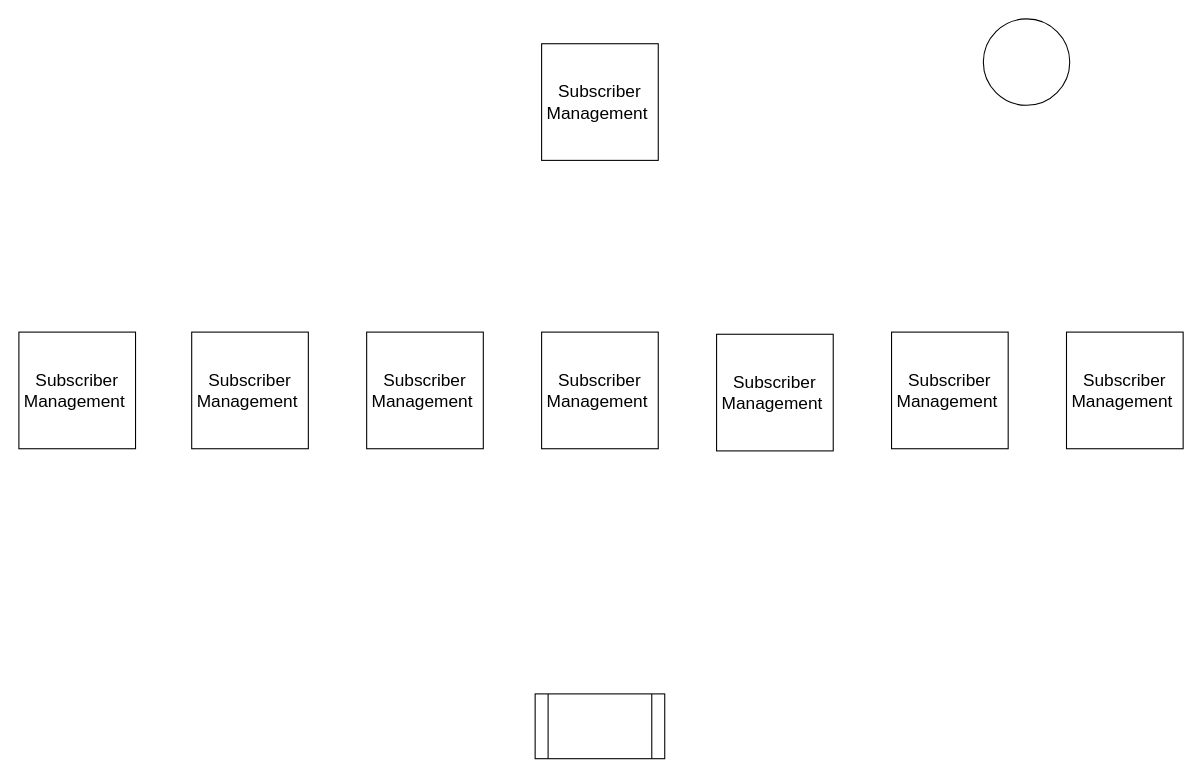
This is page "Entries" (1 of 4) of Untitled Diagram.drawio from MarvellousO/CMSC-203, a draw.io file, before an edit. Source tidied: cells renumbered, new cells numbered last; positions are measured from the earlier drawing's top-left corner, leaving out a move shared by most shapes. Both pictures are drawn from the tidied source at 108%, with x=0, y=0 at pixel (18, 18).
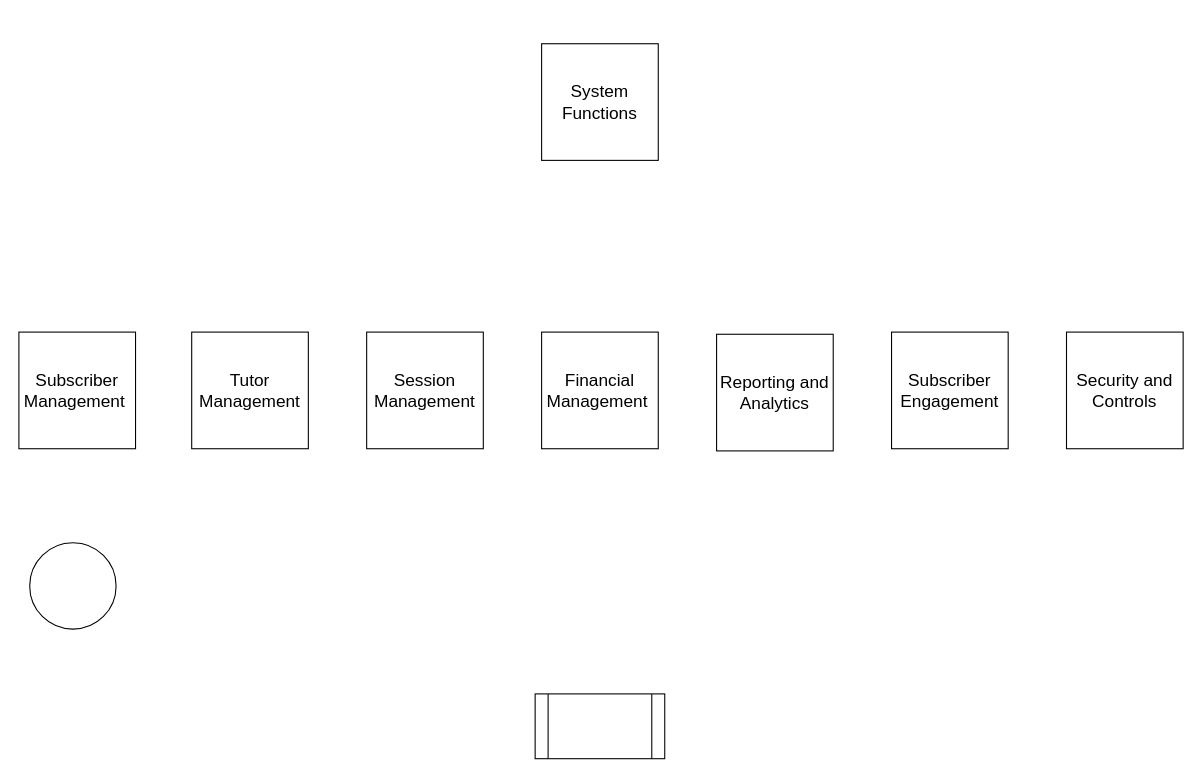
Above is the later version.

What changed in the source:
```diff
@@
 <mxGraphModel>
   <root>
     <mxCell id="0" />
     <mxCell id="1" parent="0" />
     <mxCell id="2" value="Subscriber Management&amp;nbsp;" style="whiteSpace=wrap;html=1;fontSize=16;" parent="1" vertex="1">
       <mxGeometry y="290" width="108" height="108" as="geometry" />
     </mxCell>
     <mxCell id="3" style="ellipse;whiteSpace=wrap;html=1;fontSize=16;" parent="1" vertex="1">
-      <mxGeometry x="893" width="80" height="80" as="geometry" />
+      <mxGeometry x="10" y="485" width="80" height="80" as="geometry" />
     </mxCell>
     <mxCell id="4" style="shape=process;whiteSpace=wrap;html=1;backgroundOutline=1;fontSize=16;" parent="1" vertex="1">
       <mxGeometry x="478" y="625" width="120" height="60" as="geometry" />
     </mxCell>
-    <mxCell id="5" value="Subscriber Management&amp;nbsp;" style="whiteSpace=wrap;html=1;fontSize=16;" parent="1" vertex="1">
+    <mxCell id="5" value="System Functions" style="whiteSpace=wrap;html=1;fontSize=16;" parent="1" vertex="1">
       <mxGeometry x="484" y="23" width="108" height="108" as="geometry" />
     </mxCell>
-    <mxCell id="6" value="Subscriber Management&amp;nbsp;" style="whiteSpace=wrap;html=1;fontSize=16;" parent="1" vertex="1">
+    <mxCell id="6" value="Financial Management&amp;nbsp;" style="whiteSpace=wrap;html=1;fontSize=16;" parent="1" vertex="1">
       <mxGeometry x="484" y="290" width="108" height="108" as="geometry" />
     </mxCell>
-    <mxCell id="7" value="Subscriber Management&amp;nbsp;" style="whiteSpace=wrap;html=1;fontSize=16;" parent="1" vertex="1">
+    <mxCell id="7" value="Tutor Management" style="whiteSpace=wrap;html=1;fontSize=16;" parent="1" vertex="1">
       <mxGeometry x="160" y="290" width="108" height="108" as="geometry" />
     </mxCell>
-    <mxCell id="8" value="Subscriber Management&amp;nbsp;" style="whiteSpace=wrap;html=1;fontSize=16;" parent="1" vertex="1">
+    <mxCell id="8" value="Session Management" style="whiteSpace=wrap;html=1;fontSize=16;" parent="1" vertex="1">
       <mxGeometry x="322" y="290" width="108" height="108" as="geometry" />
     </mxCell>
-    <mxCell id="9" value="Subscriber Management&amp;nbsp;" style="whiteSpace=wrap;html=1;fontSize=16;" parent="1" vertex="1">
+    <mxCell id="9" value="Reporting and Analytics" style="whiteSpace=wrap;html=1;fontSize=16;" parent="1" vertex="1">
       <mxGeometry x="646" y="292" width="108" height="108" as="geometry" />
     </mxCell>
-    <mxCell id="10" value="Subscriber Management&amp;nbsp;" style="whiteSpace=wrap;html=1;fontSize=16;" parent="1" vertex="1">
+    <mxCell id="10" value="Subscriber Engagement" style="whiteSpace=wrap;html=1;fontSize=16;" parent="1" vertex="1">
       <mxGeometry x="808" y="290" width="108" height="108" as="geometry" />
     </mxCell>
-    <mxCell id="11" value="Subscriber Management&amp;nbsp;" style="whiteSpace=wrap;html=1;fontSize=16;" parent="1" vertex="1">
+    <mxCell id="11" value="Security and Controls" style="whiteSpace=wrap;html=1;fontSize=16;" parent="1" vertex="1">
       <mxGeometry x="970" y="290" width="108" height="108" as="geometry" />
     </mxCell>
   </root>
 </mxGraphModel>
```
